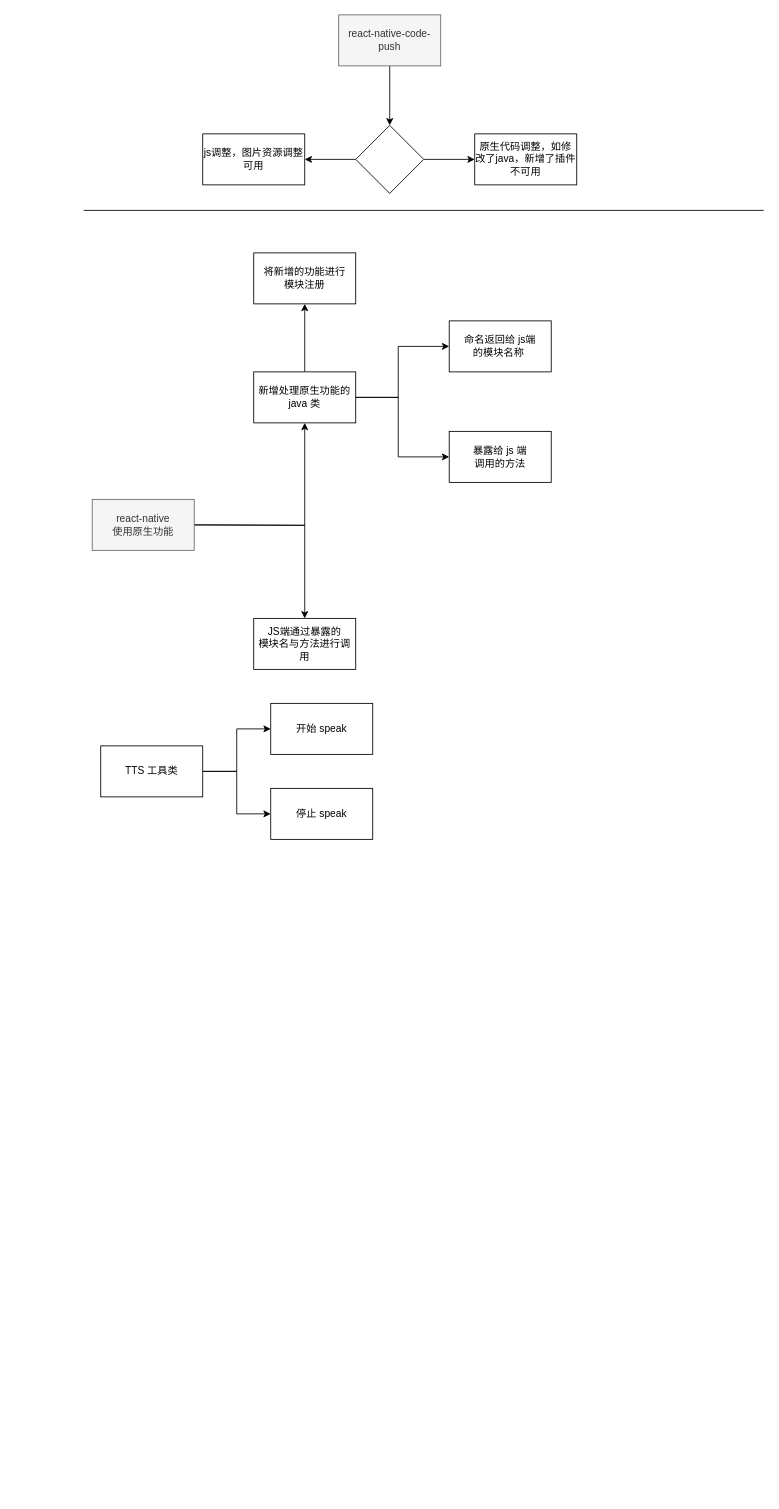
tangme/flowchart keeps this draw.io diagram as rn.drawio. Above is the earlier version. Source tidied: cells renumbered, new cells numbered last; positions are measured from the earlier drawing's top-left corner, leaving out a move shared by most shapes. Both pictures are drawn from the tidied source at 85%, with x=0, y=0 at pixel (83, 14).
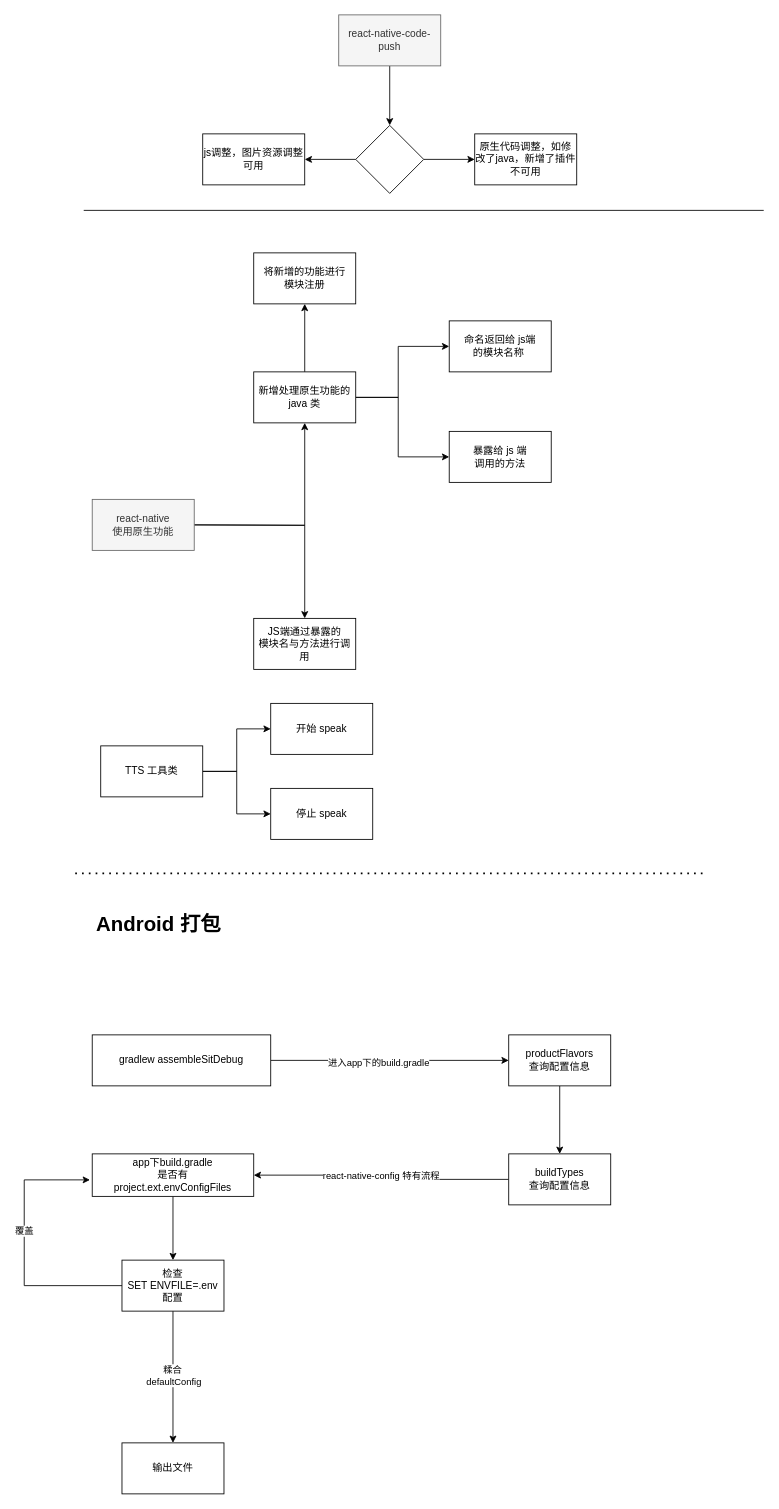
The same diagram, later.

Change to the diagram source:
```diff
@@
+    <mxCell id="26" style="endArrow=none;dashed=1;html=1;dashPattern=1 3;strokeWidth=2;rounded=0;" parent="1" edge="1">
+      <mxGeometry relative="1" as="geometry">
+        <mxPoint x="-10" y="1010" as="sourcePoint" />
+        <mxPoint x="730" y="1010" as="targetPoint" />
+      </mxGeometry>
+    </mxCell>
+    <mxCell id="27" value="&lt;h1&gt;Android 打包&lt;/h1&gt;" style="text;html=1;strokeColor=none;fillColor=none;spacing=5;spacingTop=-20;whiteSpace=wrap;overflow=hidden;rounded=0;" parent="1" vertex="1">
+      <mxGeometry x="10" y="1050" width="190" height="50" as="geometry" />
+    </mxCell>
+    <mxCell id="28" style="edgeStyle=orthogonalEdgeStyle;rounded=0;jettySize=auto;html=1;" parent="1" edge="1" source="30" target="32">
+      <mxGeometry relative="1" as="geometry" />
+    </mxCell>
+    <mxCell id="29" value="进入app下的build.gradle" style="edgeLabel;html=1;align=center;verticalAlign=middle;" parent="28" vertex="1">
+      <mxGeometry x="-0.1" y="-2" relative="1" as="geometry" />
+    </mxCell>
+    <mxCell id="30" value="gradlew assembleSitDebug" style="rounded=0;whiteSpace=wrap;html=1;" parent="1" vertex="1">
+      <mxGeometry x="10" y="1200" width="210" height="60" as="geometry" />
+    </mxCell>
+    <mxCell id="31" style="edgeStyle=orthogonalEdgeStyle;rounded=0;jettySize=auto;html=1;" parent="1" edge="1" source="32" target="35">
+      <mxGeometry relative="1" as="geometry" />
+    </mxCell>
+    <mxCell id="32" value="productFlavors&lt;br&gt;查询配置信息" style="whiteSpace=wrap;html=1;rounded=0;" parent="1" vertex="1">
+      <mxGeometry x="500" y="1200" width="120" height="60" as="geometry" />
+    </mxCell>
+    <mxCell id="33" style="edgeStyle=orthogonalEdgeStyle;rounded=0;jettySize=auto;html=1;" parent="1" edge="1" source="35" target="37">
+      <mxGeometry relative="1" as="geometry" />
+    </mxCell>
+    <mxCell id="34" value="react-native-config 特有流程" style="edgeLabel;html=1;align=center;verticalAlign=middle;" parent="33" vertex="1">
+      <mxGeometry x="0.3" y="-1" relative="1" as="geometry">
+        <mxPoint x="42" y="1" as="offset" />
+      </mxGeometry>
+    </mxCell>
+    <mxCell id="35" value="buildTypes&lt;br&gt;查询配置信息" style="whiteSpace=wrap;html=1;rounded=0;" parent="1" vertex="1">
+      <mxGeometry x="500" y="1340" width="120" height="60" as="geometry" />
+    </mxCell>
+    <mxCell id="36" style="edgeStyle=orthogonalEdgeStyle;rounded=0;jettySize=auto;html=1;" parent="1" edge="1" source="37" target="42">
+      <mxGeometry relative="1" as="geometry" />
+    </mxCell>
+    <mxCell id="37" value="app下build.gradle&lt;br&gt;是否有&lt;br&gt;project.ext.envConfigFiles" style="whiteSpace=wrap;html=1;rounded=0;" parent="1" vertex="1">
+      <mxGeometry x="10" y="1340" width="190" height="50" as="geometry" />
+    </mxCell>
+    <mxCell id="38" style="edgeStyle=orthogonalEdgeStyle;rounded=0;jettySize=auto;html=1;entryX=-0.014;entryY=0.612;entryDx=0;entryDy=0;entryPerimeter=0;" parent="1" edge="1" source="42" target="37">
+      <mxGeometry relative="1" as="geometry">
+        <Array as="points">
+          <mxPoint x="-70" y="1495" />
+          <mxPoint x="-70" y="1371" />
+        </Array>
+      </mxGeometry>
+    </mxCell>
+    <mxCell id="39" value="覆盖" style="edgeLabel;html=1;align=center;verticalAlign=middle;" parent="38" vertex="1">
+      <mxGeometry x="-0.01" y="1" relative="1" as="geometry">
+        <mxPoint y="-23" as="offset" />
+      </mxGeometry>
+    </mxCell>
+    <mxCell id="40" style="edgeStyle=orthogonalEdgeStyle;rounded=0;jettySize=auto;html=1;" parent="1" edge="1" source="42" target="43">
+      <mxGeometry relative="1" as="geometry" />
+    </mxCell>
+    <mxCell id="41" value="糅合&amp;nbsp;&lt;br&gt;defaultConfig" style="edgeLabel;html=1;align=center;verticalAlign=middle;" parent="40" vertex="1">
+      <mxGeometry x="-0.25" y="2" relative="1" as="geometry">
+        <mxPoint x="-2" y="17" as="offset" />
+      </mxGeometry>
+    </mxCell>
+    <mxCell id="42" value="检查&lt;br&gt;SET ENVFILE=.env&lt;br&gt;配置" style="whiteSpace=wrap;html=1;rounded=0;" parent="1" vertex="1">
+      <mxGeometry x="45" y="1465" width="120" height="60" as="geometry" />
+    </mxCell>
+    <mxCell id="43" value="输出文件" style="whiteSpace=wrap;html=1;rounded=0;" parent="1" vertex="1">
+      <mxGeometry x="45" y="1680" width="120" height="60" as="geometry" />
+    </mxCell>
```
